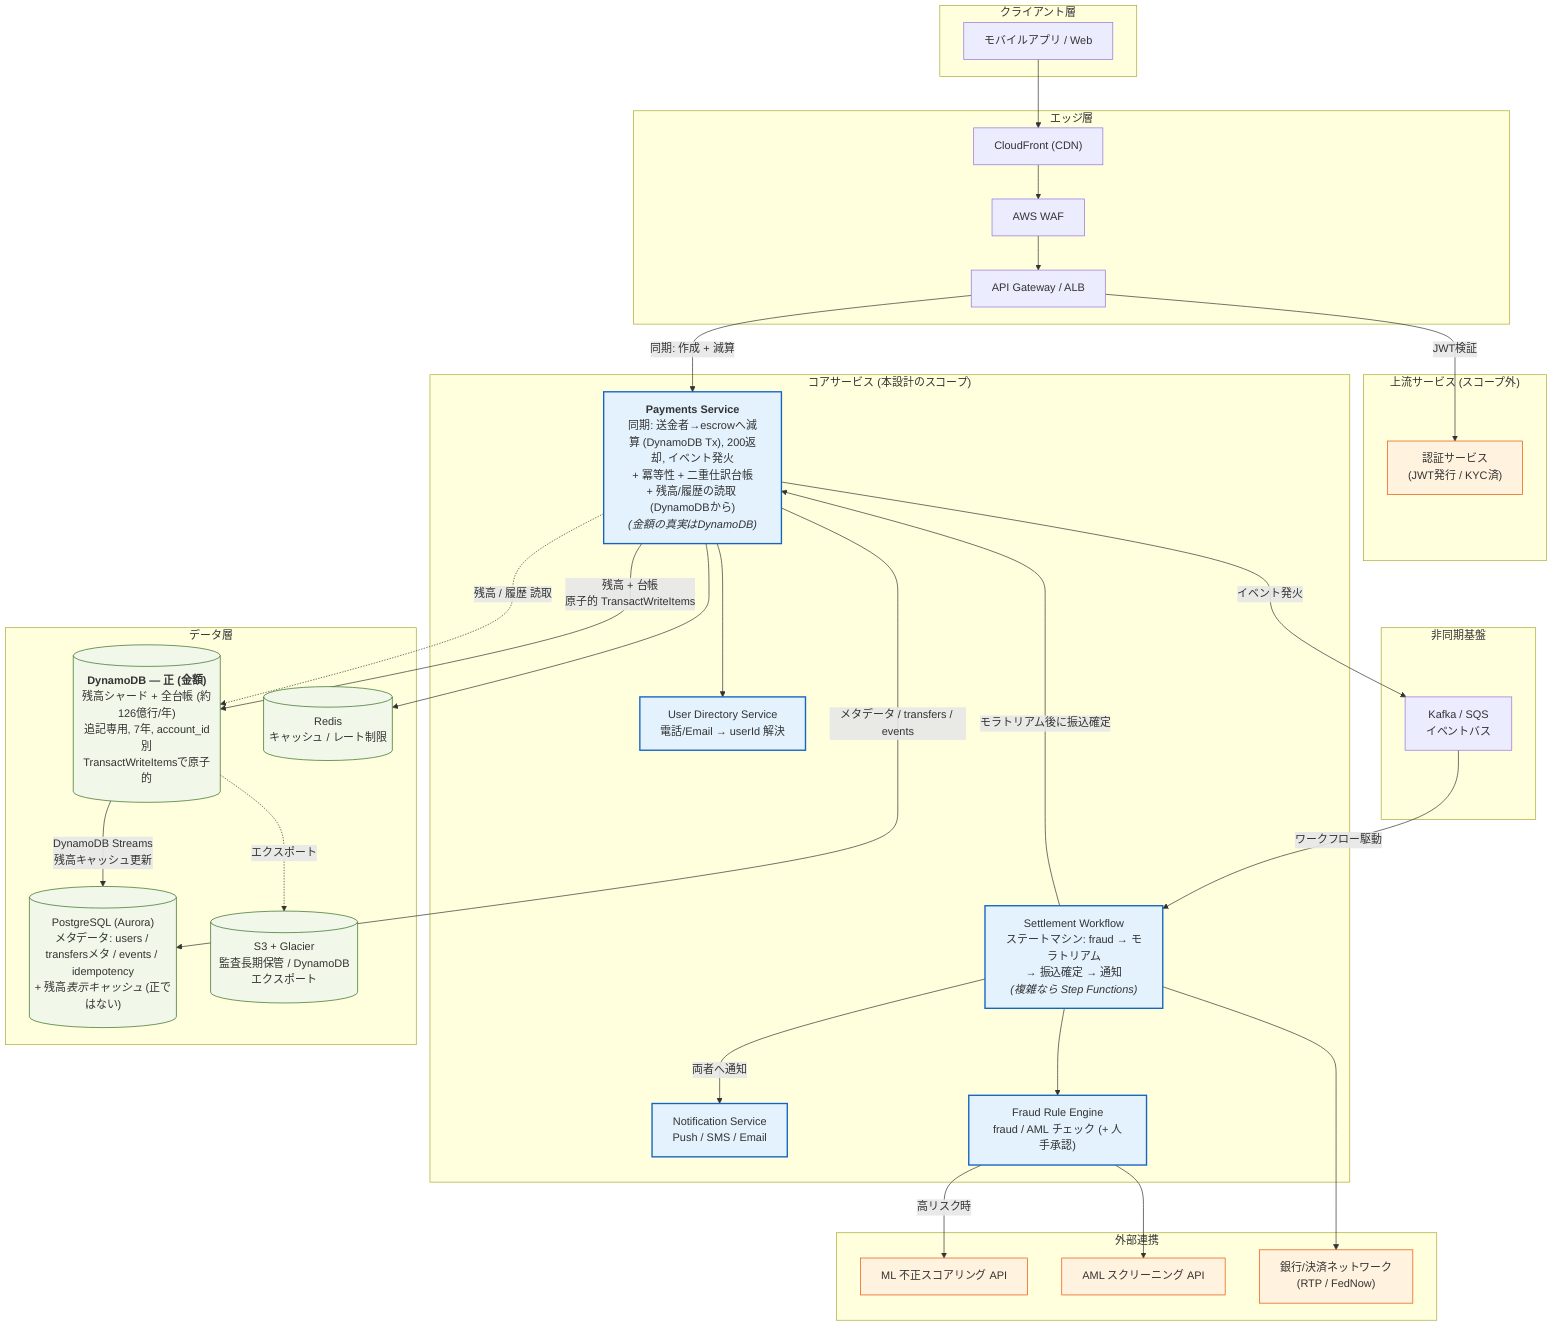
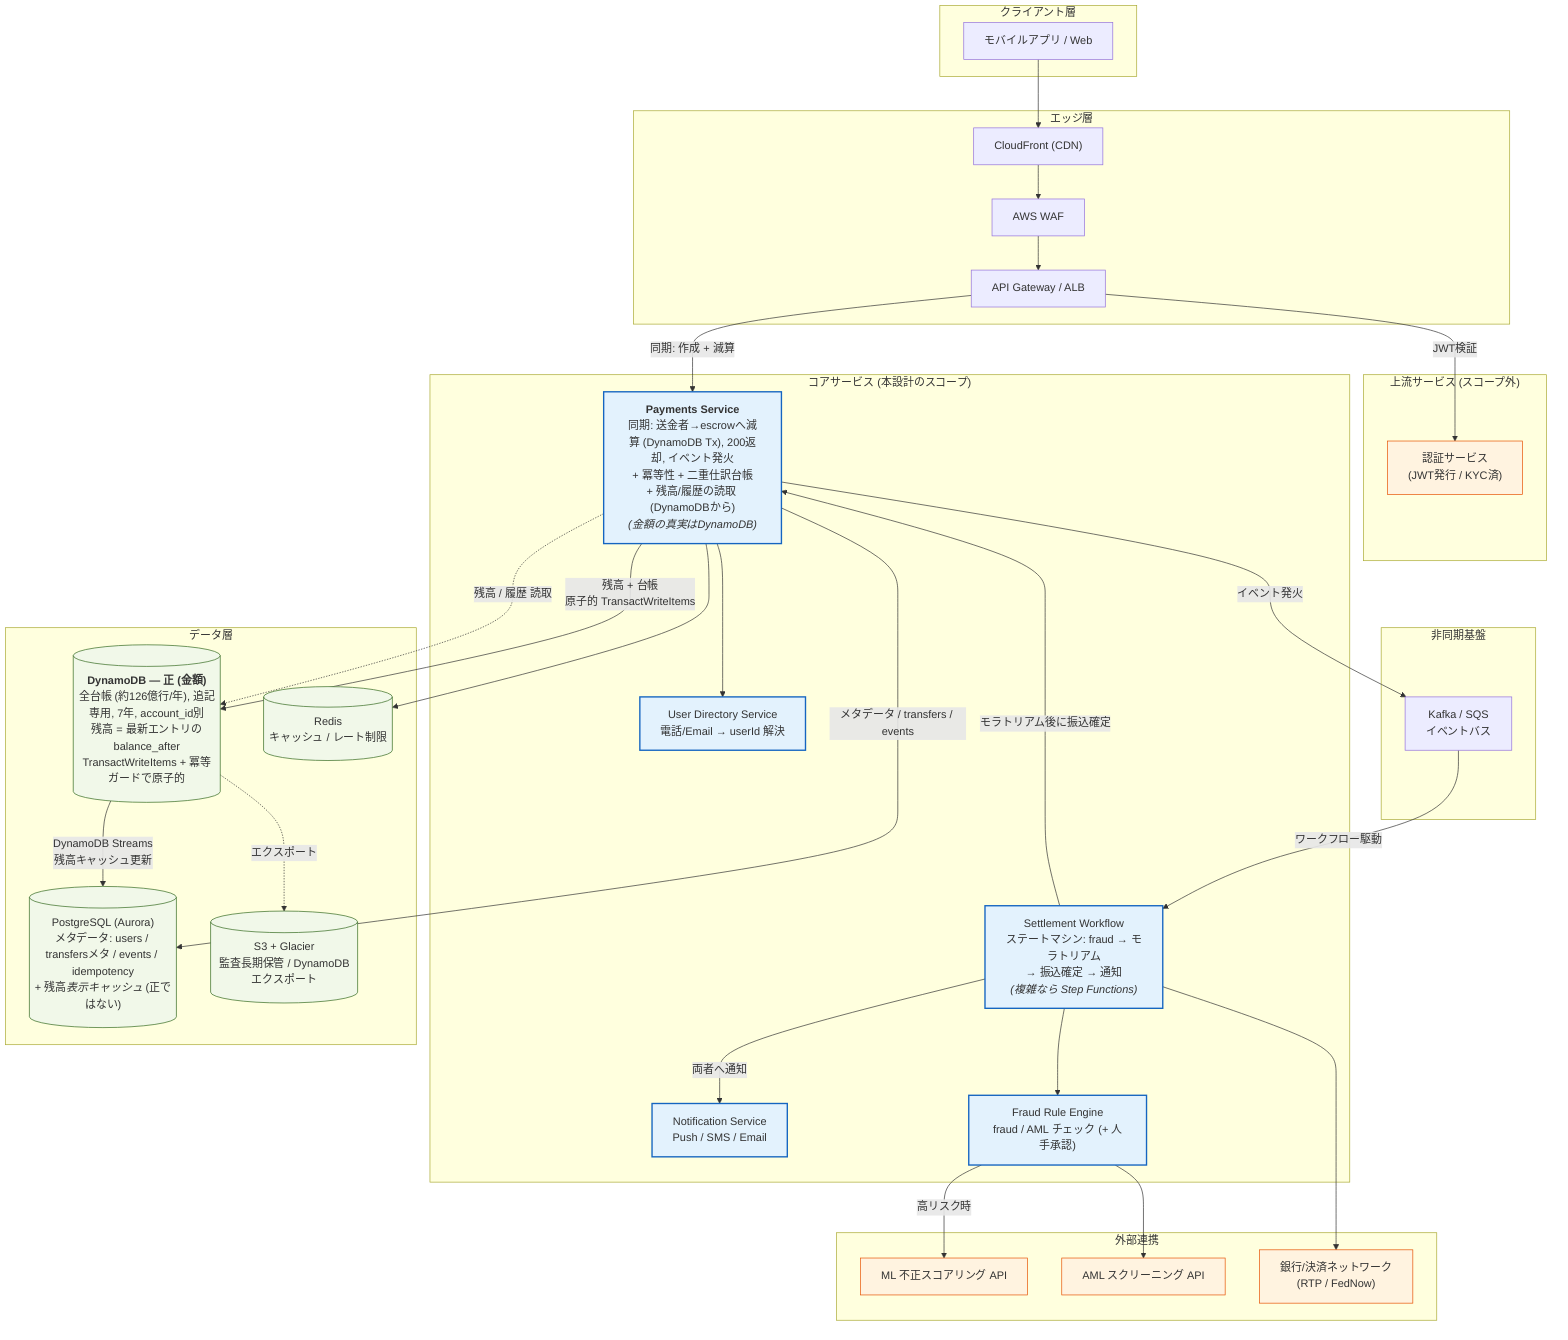
graph TB
    subgraph Client["クライアント層"]
        MOBILE["モバイルアプリ / Web"]
    end

    subgraph Edge["エッジ層"]
        CDN["CloudFront (CDN)"]
        WAF["AWS WAF"]
        APIGW["API Gateway / ALB"]
    end

    subgraph Upstream["上流サービス (スコープ外)"]
        AUTH["認証サービス<br/>(JWT発行 / KYC済)"]
    end

    subgraph Core["コアサービス (本設計のスコープ)"]
        PAYMENTS["<b>Payments Service</b><br/>同期: 送金者→escrowへ減算 (DynamoDB Tx), 200返却, イベント発火<br/>+ 冪等性 + 二重仕訳台帳<br/>+ 残高/履歴の読取 (DynamoDBから)<br/><i>(金額の真実はDynamoDB)</i>"]
        WF["Settlement Workflow<br/>ステートマシン: fraud → モラトリアム<br/>→ 振込確定 → 通知<br/><i>(複雑なら Step Functions)</i>"]
        USER["User Directory Service<br/>電話/Email → userId 解決"]
        NOTIFY["Notification Service<br/>Push / SMS / Email"]
        FRAUD["Fraud Rule Engine<br/>fraud / AML チェック (+ 人手承認)"]
    end

    subgraph Async["非同期基盤"]
        MQ["Kafka / SQS<br/>イベントバス"]
    end

    subgraph Data["データ層"]
-         DDB[("<b>DynamoDB — 正 (金額)</b><br/>残高シャード + 全台帳 (約126億行/年)<br/>追記専用, 7年, account_id別<br/>TransactWriteItemsで原子的")]
+         DDB[("<b>DynamoDB — 正 (金額)</b><br/>全台帳 (約126億行/年), 追記専用, 7年, account_id別<br/>残高 = 最新エントリのbalance_after<br/>TransactWriteItems + 冪等ガードで原子的")]
        LEDGERDB[("PostgreSQL (Aurora)<br/>メタデータ: users / transfersメタ / events / idempotency<br/>+ 残高<i>表示キャッシュ</i> (正ではない)")]
        CACHE[("Redis<br/>キャッシュ / レート制限")]
        ARCHIVE[("S3 + Glacier<br/>監査長期保管 / DynamoDBエクスポート")]
    end

    subgraph External["外部連携"]
        ML["ML 不正スコアリング API"]
        AML["AML スクリーニング API"]
        BANK["銀行/決済ネットワーク<br/>(RTP / FedNow)"]
    end

    MOBILE --> CDN --> WAF --> APIGW
    APIGW -->|JWT検証| AUTH
    APIGW -->|同期: 作成 + 減算| PAYMENTS

    PAYMENTS --> USER
    PAYMENTS --> CACHE
    PAYMENTS -->|残高 + 台帳<br/>原子的 TransactWriteItems| DDB
    PAYMENTS -.残高 / 履歴 読取.-> DDB
    PAYMENTS -->|メタデータ / transfers / events| LEDGERDB
    PAYMENTS -->|イベント発火| MQ

    MQ -->|ワークフロー駆動| WF
    WF --> FRAUD
    WF -->|モラトリアム後に振込確定| PAYMENTS
    WF --> BANK
    WF -->|両者へ通知| NOTIFY

    FRAUD -->|高リスク時| ML
    FRAUD --> AML

    DDB -->|DynamoDB Streams<br/>残高キャッシュ更新| LEDGERDB
    DDB -.エクスポート.-> ARCHIVE

    classDef scope fill:#e3f2fd,stroke:#1565c0,stroke-width:2px;
    classDef ext fill:#fff3e0,stroke:#e65100,stroke-width:1px;
    classDef data fill:#f1f8e9,stroke:#33691e,stroke-width:1px;
    class PAYMENTS,WF,USER,NOTIFY,FRAUD scope;
    class ML,AML,BANK,AUTH ext;
    class DDB,LEDGERDB,CACHE,ARCHIVE data;
